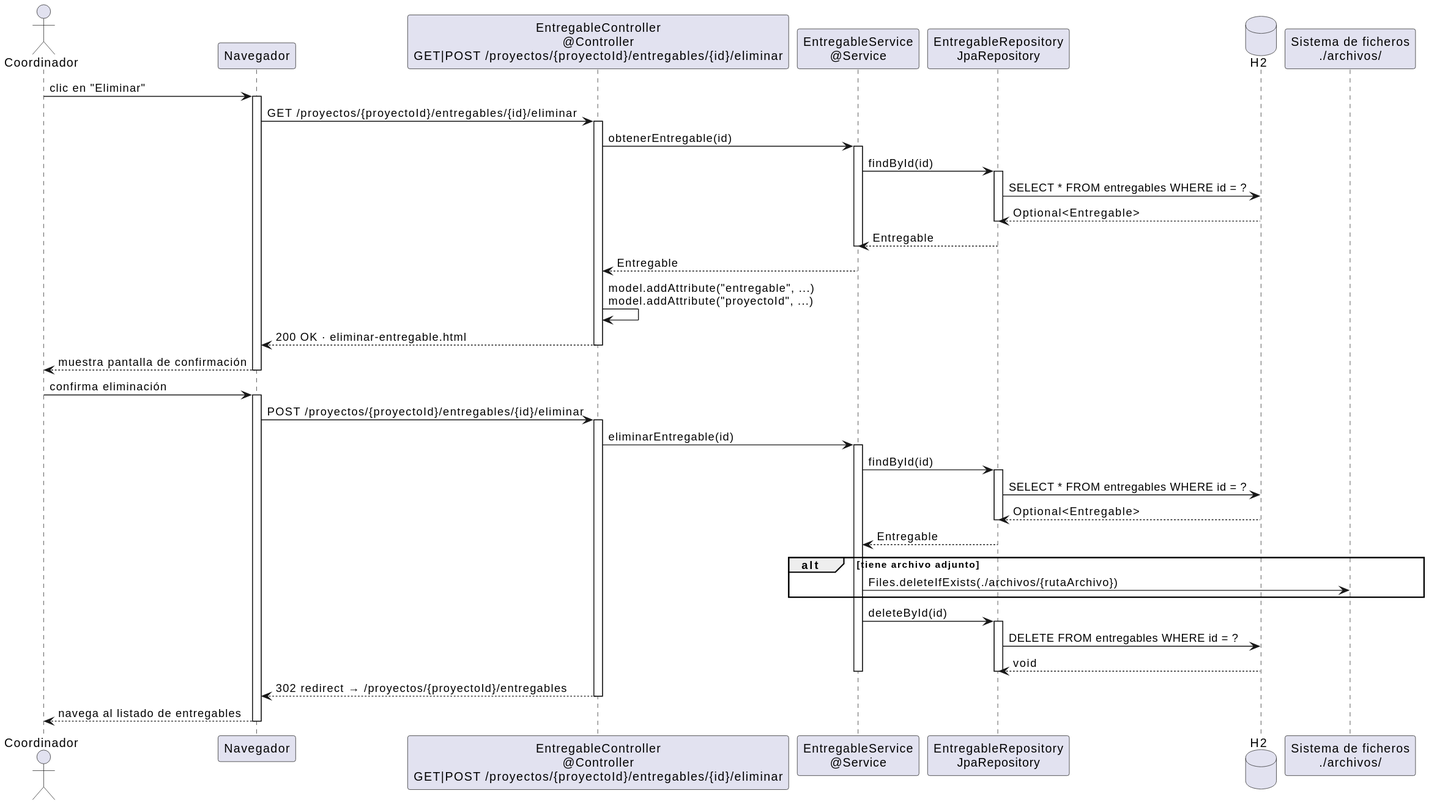
Earlier version of the PlantUML export images/diseño/coordinador/eliminarEntregable-diseño.svg (31Diego/25-26-idsw2-sdVC). Source of this version:
```plantuml
@startuml
skinparam linetype ortho

actor "Coordinador" as Coord
participant "Navegador" as Nav
participant "EntregableController\n@Controller\nGET|POST /proyectos/{proyectoId}/entregables/{id}/eliminar" as Ctrl
participant "EntregableService\n@Service" as Service
participant "EntregableRepository\nJpaRepository" as Repo
database "H2" as DB
participant "Sistema de ficheros\n./archivos/" as FS

Coord -> Nav : clic en "Eliminar"
activate Nav
Nav -> Ctrl : GET /proyectos/{proyectoId}/entregables/{id}/eliminar
activate Ctrl
Ctrl -> Service : obtenerEntregable(id)
activate Service
Service -> Repo : findById(id)
activate Repo
Repo -> DB : SELECT * FROM entregables WHERE id = ?
DB --> Repo : Optional<Entregable>
deactivate Repo
Repo --> Service : Entregable
deactivate Service
Service --> Ctrl : Entregable
Ctrl -> Ctrl : model.addAttribute("entregable", ...)\nmodel.addAttribute("proyectoId", ...)
Ctrl --> Nav : 200 OK · eliminar-entregable.html
deactivate Ctrl
Nav --> Coord : muestra pantalla de confirmación
deactivate Nav

Coord -> Nav : confirma eliminación
activate Nav
Nav -> Ctrl : POST /proyectos/{proyectoId}/entregables/{id}/eliminar
activate Ctrl

Ctrl -> Service : eliminarEntregable(id)
activate Service
Service -> Repo : findById(id)
activate Repo
Repo -> DB : SELECT * FROM entregables WHERE id = ?
DB --> Repo : Optional<Entregable>
deactivate Repo
Repo --> Service : Entregable

alt tiene archivo adjunto
    Service -> FS : Files.deleteIfExists(./archivos/{rutaArchivo})
end

Service -> Repo : deleteById(id)
activate Repo
Repo -> DB : DELETE FROM entregables WHERE id = ?
DB --> Repo : void
deactivate Repo
deactivate Service

Ctrl --> Nav : 302 redirect → /proyectos/{proyectoId}/entregables
deactivate Ctrl
Nav --> Coord : navega al listado de entregables
deactivate Nav
@enduml
```
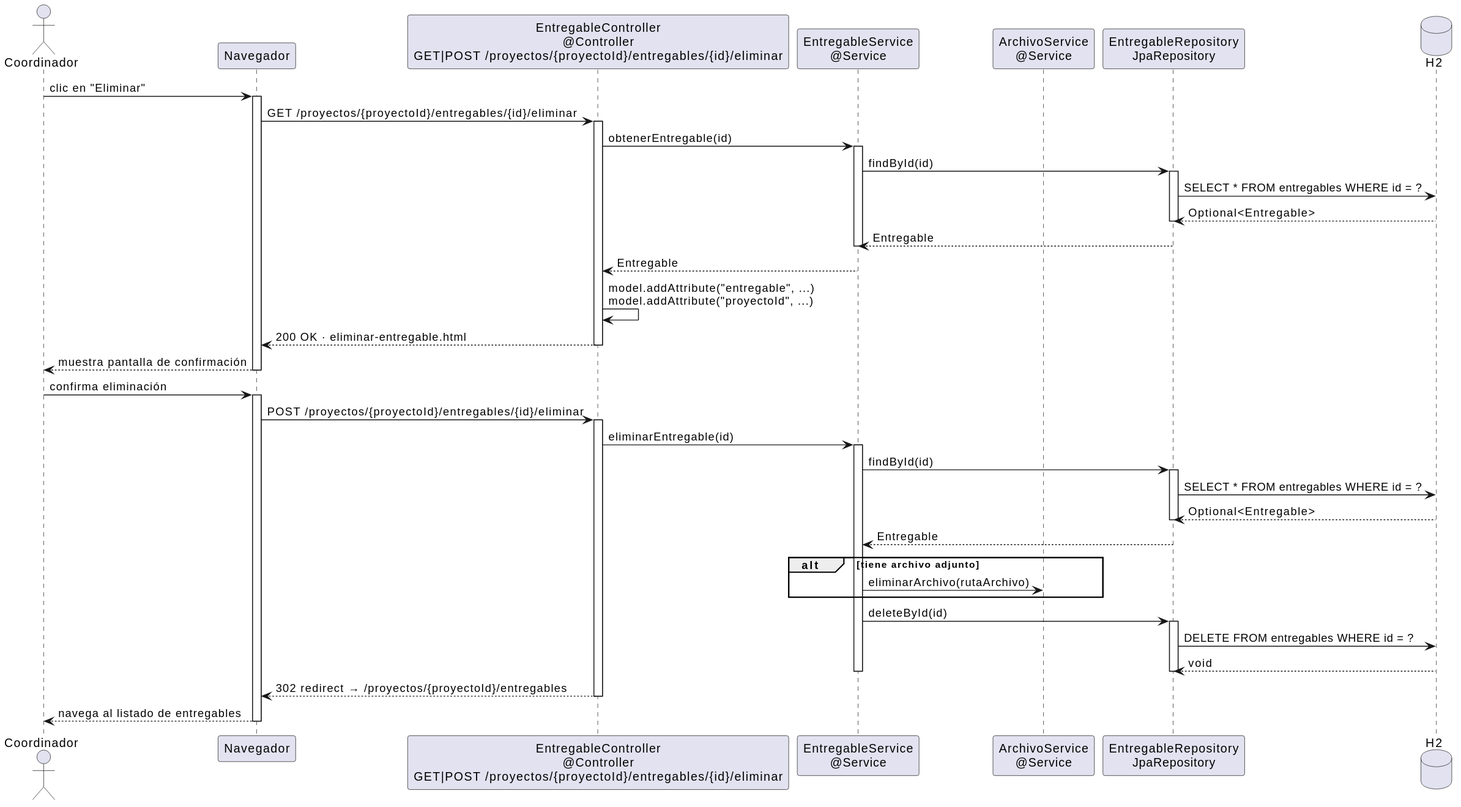
After the change.

Diff of the diagram source:
```diff
@@ -5,9 +5,9 @@
 participant "Navegador" as Nav
 participant "EntregableController\n@Controller\nGET|POST /proyectos/{proyectoId}/entregables/{id}/eliminar" as Ctrl
 participant "EntregableService\n@Service" as Service
+participant "ArchivoService\n@Service" as ArchivoSvc
 participant "EntregableRepository\nJpaRepository" as Repo
 database "H2" as DB
-participant "Sistema de ficheros\n./archivos/" as FS
 
 Coord -> Nav : clic en "Eliminar"
 activate Nav
@@ -44,7 +44,7 @@
 Repo --> Service : Entregable
 
 alt tiene archivo adjunto
-    Service -> FS : Files.deleteIfExists(./archivos/{rutaArchivo})
+    Service -> ArchivoSvc : eliminarArchivo(rutaArchivo)
 end
 
 Service -> Repo : deleteById(id)
```
